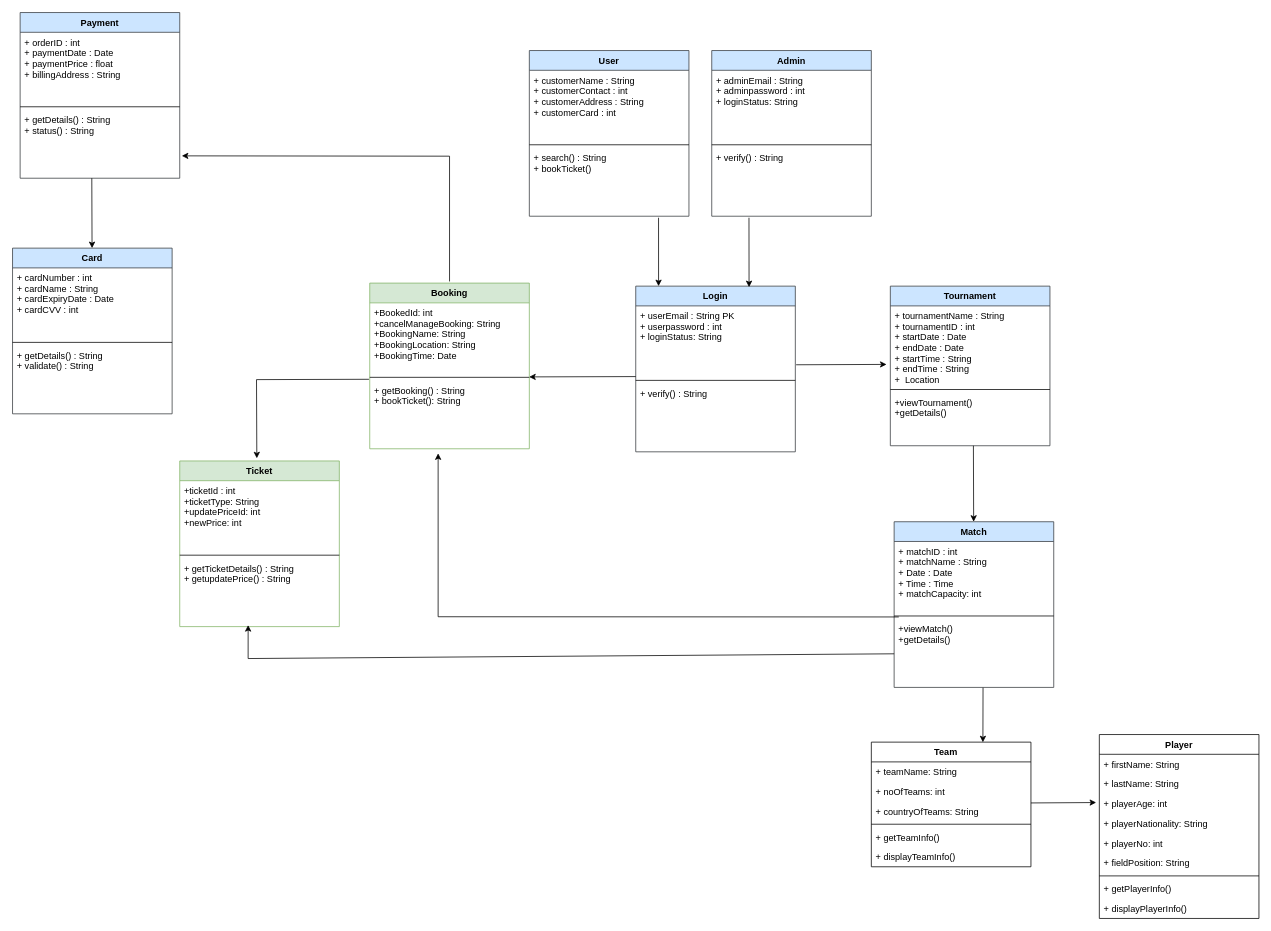
The draw.io diagram SES_Class.drawio in mlvl974/SportsEventSystem, before the edit. Source tidied: cells renumbered, new cells numbered last; positions are measured from the earlier drawing's top-left corner, leaving out a move shared by most shapes. Both pictures are drawn from the tidied source at 76%, with x=0, y=0 at pixel (12, 12).
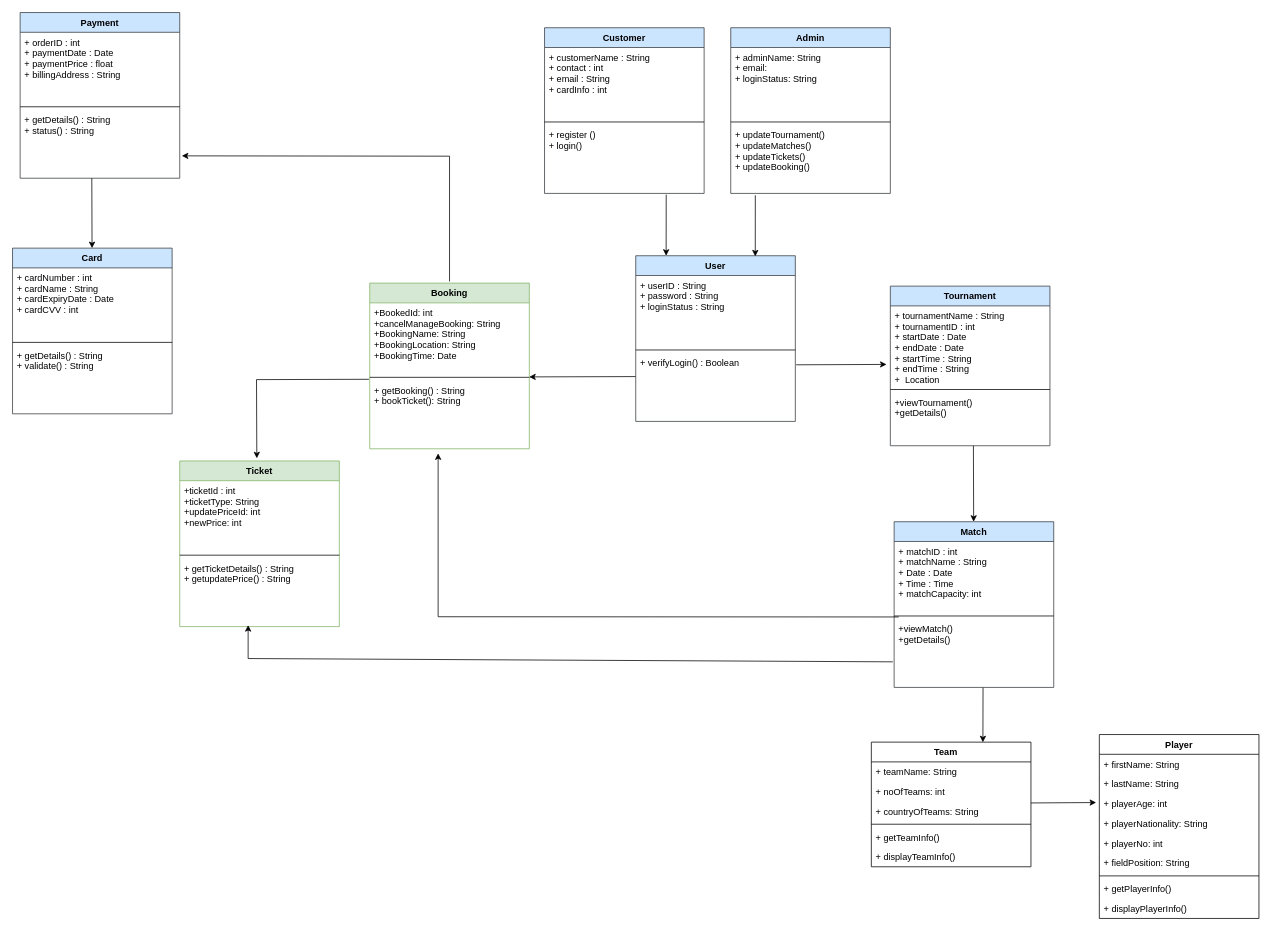
The same page after the edit.

The change refers to these unchanged cells:
```xml
<mxCell id="29" value="+viewMatch()&#10;+getDetails()" style="text;strokeColor=none;fillColor=none;align=left;verticalAlign=top;spacingLeft=4;spacingRight=4;overflow=hidden;points=[[0,0.5],[1,0.5]];portConstraint=eastwest;" parent="26" vertex="1">
  <mxGeometry y="128" width="210" height="90" as="geometry" />
</mxCell>
```

What changed in the source:
```diff
@@
-    <mxCell id="14" value="User" style="swimlane;fontStyle=1;align=center;verticalAlign=top;horizontal=1;startSize=26;fillColor=#cce5ff;strokeColor=#36393d;" parent="1" vertex="1">
-      <mxGeometry x="680" y="50" width="210" height="218" as="geometry" />
+    <mxCell id="14" value="Customer" style="swimlane;fontStyle=1;align=center;verticalAlign=top;horizontal=1;startSize=26;fillColor=#cce5ff;strokeColor=#36393d;" parent="1" vertex="1">
+      <mxGeometry x="700" y="20" width="210" height="218" as="geometry" />
     </mxCell>
-    <mxCell id="15" value="+ customerName : String&#10;+ customerContact : int &#10;+ customerAddress : String&#10;+ customerCard : int" style="text;strokeColor=none;fillColor=none;align=left;verticalAlign=top;spacingLeft=4;spacingRight=4;overflow=hidden;" parent="14" vertex="1">
+    <mxCell id="15" value="+ customerName : String&#10;+ contact : int &#10;+ email : String&#10;+ cardInfo : int&#10;" style="text;strokeColor=none;fillColor=none;align=left;verticalAlign=top;spacingLeft=4;spacingRight=4;overflow=hidden;" parent="14" vertex="1">
       <mxGeometry y="26" width="210" height="94" as="geometry" />
     </mxCell>
@@
-    <mxCell id="17" value="+ search() : String&#10;+ bookTicket()" style="text;strokeColor=none;fillColor=none;align=left;verticalAlign=top;spacingLeft=4;spacingRight=4;overflow=hidden;" parent="14" vertex="1">
+    <mxCell id="17" value="+ register ()&#10;+ login()" style="text;strokeColor=none;fillColor=none;align=left;verticalAlign=top;spacingLeft=4;spacingRight=4;overflow=hidden;" parent="14" vertex="1">
       <mxGeometry y="128" width="210" height="90" as="geometry" />
     </mxCell>
-    <mxCell id="18" value="Login" style="swimlane;fontStyle=1;align=center;verticalAlign=top;horizontal=1;startSize=26;fillColor=#cce5ff;strokeColor=#36393d;" parent="1" vertex="1">
-      <mxGeometry x="820" y="360" width="210" height="218" as="geometry" />
-    </mxCell>
-    <mxCell id="19" value="+ userEmail : String PK&#10;+ userpassword : int &#10;+ loginStatus: String&#10;" style="text;strokeColor=none;fillColor=none;align=left;verticalAlign=top;spacingLeft=4;spacingRight=4;overflow=hidden;points=[[0,0.5],[1,0.5]];portConstraint=eastwest;" parent="18" vertex="1">
-      <mxGeometry y="26" width="210" height="94" as="geometry" />
-    </mxCell>
-    <mxCell id="20" style="line;strokeWidth=1;fillColor=none;align=left;verticalAlign=middle;spacingTop=-1;spacingLeft=3;spacingRight=3;labelPosition=right;" parent="18" vertex="1">
-      <mxGeometry y="120" width="210" height="8" as="geometry" />
-    </mxCell>
-    <mxCell id="21" value="+ verify() : String&#10;" style="text;strokeColor=none;fillColor=none;align=left;verticalAlign=top;spacingLeft=4;spacingRight=4;overflow=hidden;" parent="18" vertex="1">
-      <mxGeometry y="128" width="210" height="90" as="geometry" />
-    </mxCell>
     <mxCell id="22" value="Admin" style="swimlane;fontStyle=1;align=center;verticalAlign=top;horizontal=1;startSize=26;fillColor=#cce5ff;strokeColor=#36393d;" parent="1" vertex="1">
-      <mxGeometry x="920" y="50" width="210" height="218" as="geometry" />
+      <mxGeometry x="945" y="20" width="210" height="218" as="geometry" />
     </mxCell>
-    <mxCell id="23" value="+ adminEmail : String&#10;+ adminpassword : int &#10;+ loginStatus: String&#10;" style="text;strokeColor=none;fillColor=none;align=left;verticalAlign=top;spacingLeft=4;spacingRight=4;overflow=hidden;" parent="22" vertex="1">
+    <mxCell id="23" value="+ adminName: String&#10;+ email: &#10;+ loginStatus: String&#10;" style="text;strokeColor=none;fillColor=none;align=left;verticalAlign=top;spacingLeft=4;spacingRight=4;overflow=hidden;" parent="22" vertex="1">
       <mxGeometry y="26" width="210" height="94" as="geometry" />
     </mxCell>
@@
-    <mxCell id="25" value="+ verify() : String &#10;" style="text;strokeColor=none;fillColor=none;align=left;verticalAlign=top;spacingLeft=4;spacingRight=4;overflow=hidden;points=[[0,0.5],[1,0.5]];portConstraint=eastwest;" parent="22" vertex="1">
+    <mxCell id="25" value="+ updateTournament()&#10;+ updateMatches()&#10;+ updateTickets() &#10;+ updateBooking()" style="text;strokeColor=none;fillColor=none;align=left;verticalAlign=top;spacingLeft=4;spacingRight=4;overflow=hidden;points=[[0,0.5],[1,0.5]];portConstraint=eastwest;" parent="22" vertex="1">
       <mxGeometry y="128" width="210" height="90" as="geometry" />
     </mxCell>
@@
-    <mxCell id="57" style="endArrow=classic;html=1;rounded=0;entryX=0.71;entryY=0.006;entryDx=0;entryDy=0;entryPerimeter=0;" parent="1" edge="1" target="18">
-      <mxGeometry relative="1" as="geometry">
-        <mxPoint x="969" y="270" as="sourcePoint" />
-      </mxGeometry>
-    </mxCell>
-    <mxCell id="58" style="endArrow=classic;html=1;rounded=0;entryX=0.143;entryY=0;entryDx=0;entryDy=0;entryPerimeter=0;" parent="1" edge="1" target="18">
-      <mxGeometry relative="1" as="geometry">
-        <mxPoint x="850" y="270" as="sourcePoint" />
-      </mxGeometry>
-    </mxCell>
@@
-    <mxCell id="62" style="endArrow=classic;html=1;rounded=0;" parent="1" edge="1" source="29">
+    <mxCell id="62" style="endArrow=classic;html=1;rounded=0;exitX=-0.008;exitY=0.626;exitDx=0;exitDy=0;exitPerimeter=0;" parent="1" edge="1" source="29">
       <mxGeometry relative="1" as="geometry">
         <mxPoint x="310" y="806" as="targetPoint" />
         <Array as="points">
           <mxPoint x="310" y="850" />
         </Array>
       </mxGeometry>
     </mxCell>
@@
-    <mxCell id="66" style="endArrow=classic;html=1;rounded=0;exitX=1.005;exitY=0.824;exitDx=0;exitDy=0;exitPerimeter=0;" parent="1" edge="1" source="19">
+    <mxCell id="66" style="endArrow=classic;html=1;rounded=0;exitX=1.005;exitY=0.824;exitDx=0;exitDy=0;exitPerimeter=0;" parent="1" edge="1">
       <mxGeometry relative="1" as="geometry">
+        <mxPoint x="1031.1" y="463.5" as="sourcePoint" />
         <mxPoint x="1150" y="463" as="targetPoint" />
       </mxGeometry>
     </mxCell>
+    <mxCell id="67" value="User" style="swimlane;fontStyle=1;align=center;verticalAlign=top;horizontal=1;startSize=26;fillColor=#cce5ff;strokeColor=#36393d;" parent="1" vertex="1">
+      <mxGeometry x="820" y="320" width="210" height="218" as="geometry" />
+    </mxCell>
+    <mxCell id="68" value="+ userID : String&#10;+ password : String&#10;+ loginStatus : String" style="text;strokeColor=none;fillColor=none;align=left;verticalAlign=top;spacingLeft=4;spacingRight=4;overflow=hidden;" parent="67" vertex="1">
+      <mxGeometry y="26" width="210" height="94" as="geometry" />
+    </mxCell>
+    <mxCell id="20" style="line;strokeWidth=1;fillColor=none;align=left;verticalAlign=middle;spacingTop=-1;spacingLeft=3;spacingRight=3;labelPosition=right;" parent="67" vertex="1">
+      <mxGeometry y="120" width="210" height="8" as="geometry" />
+    </mxCell>
+    <mxCell id="69" value="+ verifyLogin() : Boolean" style="text;strokeColor=none;fillColor=none;align=left;verticalAlign=top;spacingLeft=4;spacingRight=4;overflow=hidden;" parent="67" vertex="1">
+      <mxGeometry y="128" width="210" height="90" as="geometry" />
+    </mxCell>
+    <mxCell id="70" style="endArrow=classic;html=1;rounded=0;exitX=0.154;exitY=1.027;exitDx=0;exitDy=0;exitPerimeter=0;entryX=0.749;entryY=0.004;entryDx=0;entryDy=0;entryPerimeter=0;" parent="1" edge="1" source="25" target="67">
+      <mxGeometry relative="1" as="geometry" />
+    </mxCell>
+    <mxCell id="71" style="endArrow=classic;html=1;rounded=0;exitX=0.154;exitY=1.027;exitDx=0;exitDy=0;exitPerimeter=0;entryX=0.749;entryY=0.004;entryDx=0;entryDy=0;entryPerimeter=0;" parent="1" edge="1">
+      <mxGeometry relative="1" as="geometry">
+        <mxPoint x="860.1" y="239.6" as="sourcePoint" />
+        <mxPoint x="860" y="320" as="targetPoint" />
+      </mxGeometry>
+    </mxCell>
```
